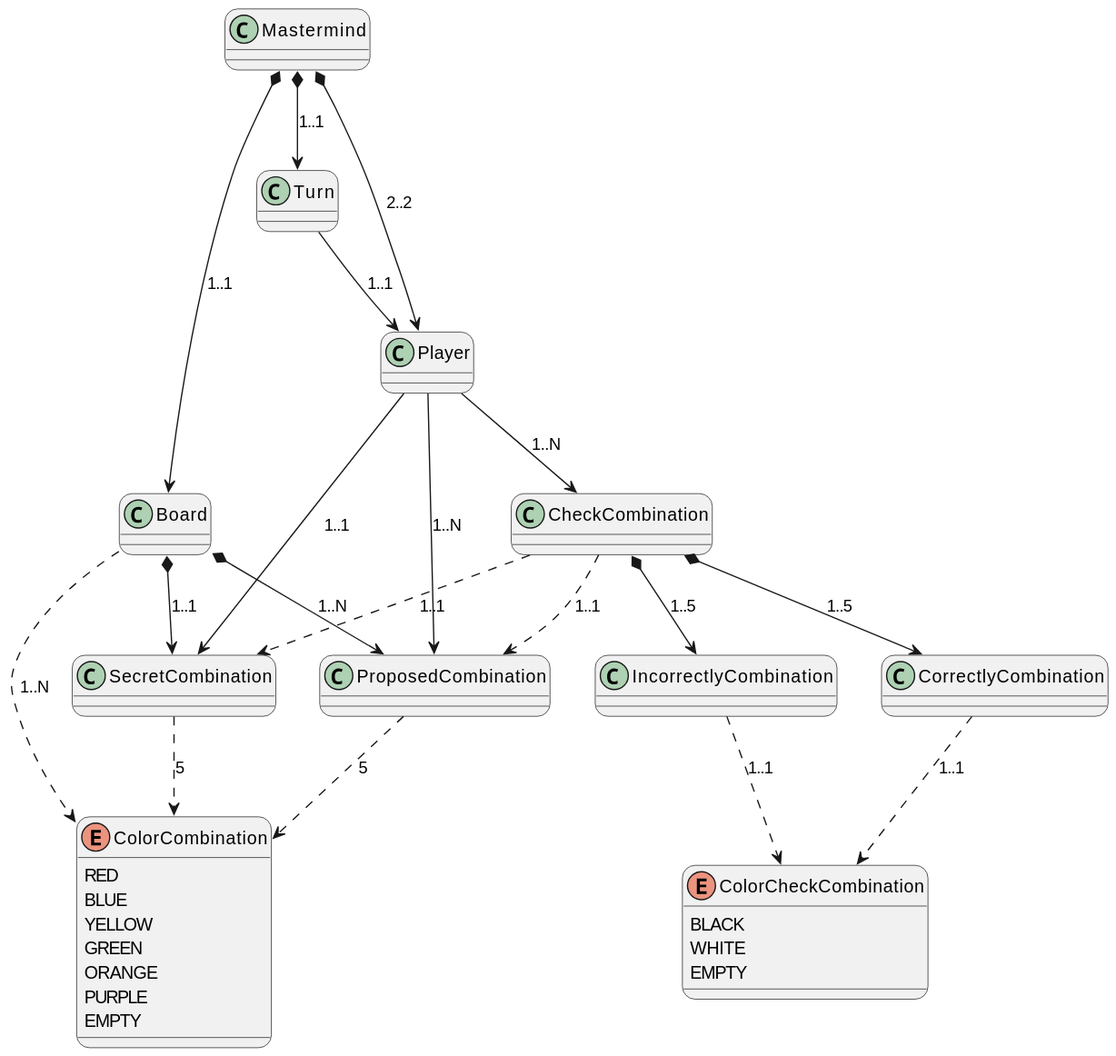
Earlier version of the PlantUML export docs/images/0-domain-model/mastermind.svg (vfred0/mastermind).
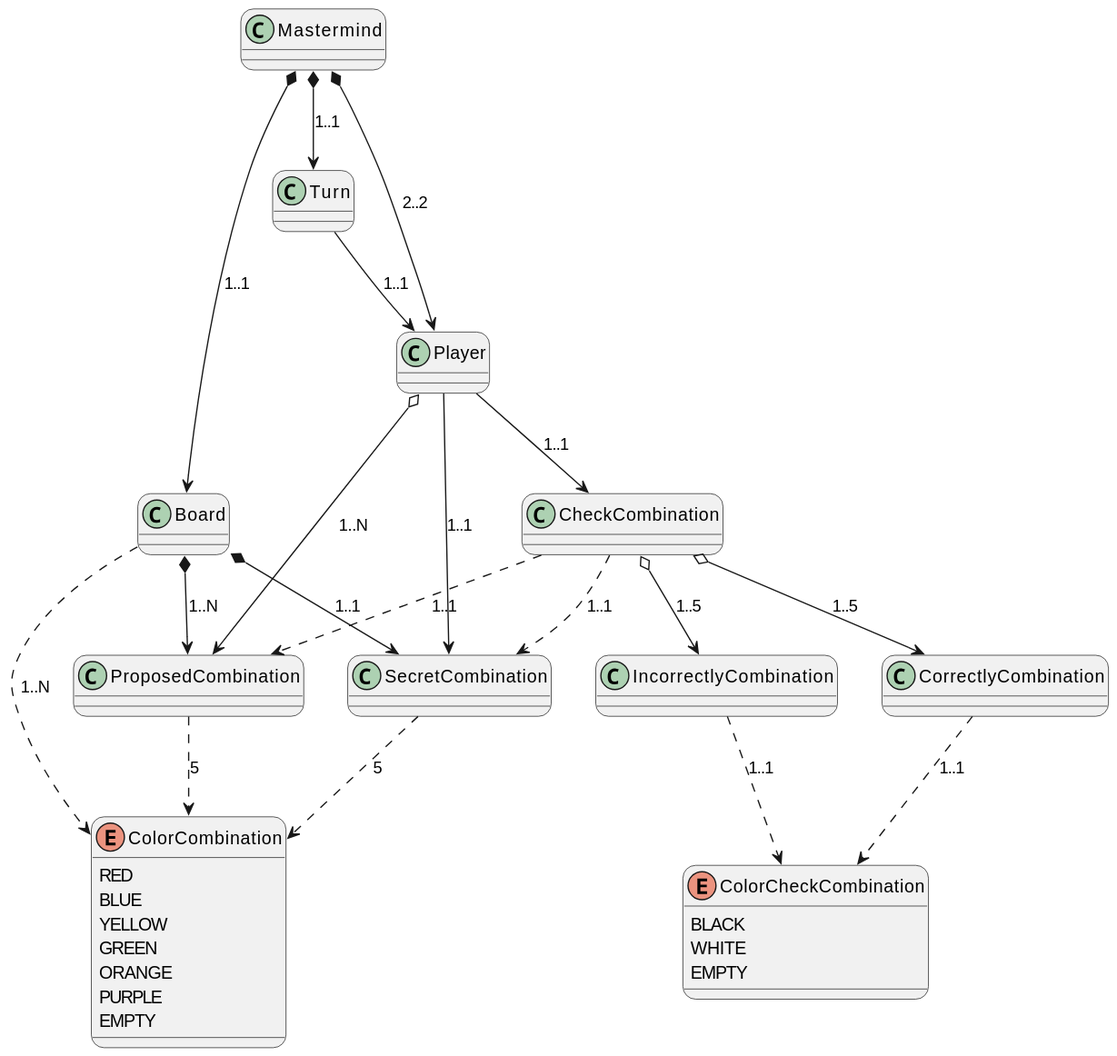
The same file after the commit.

The edit, as a diff of the source:
```diff
@@ -33,18 +33,18 @@
 compositionRelation(Mastermind, Turn, ONE_TO_ONE)
 associationRelation(Turn, Player, ONE_TO_ONE)
 compositionRelation(Mastermind, Player, TWO_TO_TWO)
+aggregationRelation(Player, ProposedCombination, ONE_TO_MANY)
+associationRelation(Player, SecretCombination, ONE_TO_ONE)
+associationRelation(Player, CheckCombination, ONE_TO_ONE)
 useRelation(Board, ColorCombination, ONE_TO_MANY)
 compositionRelation(Board, SecretCombination, ONE_TO_ONE)
 compositionRelation(Board, ProposedCombination, ONE_TO_MANY)
-associationRelation(Player, ProposedCombination, ONE_TO_MANY)
-associationRelation(Player, SecretCombination, ONE_TO_ONE)
 useRelation(SecretCombination, ColorCombination, 5)
 useRelation(ProposedCombination, ColorCombination, 5)
-associationRelation(Player, CheckCombination, ONE_TO_MANY)
 useRelation(CheckCombination, SecretCombination, ONE_TO_ONE)
 useRelation(CheckCombination, ProposedCombination, ONE_TO_ONE)
-compositionRelation(CheckCombination, CorrectlyCombination, ONE_TO_FIVE)
-compositionRelation(CheckCombination, IncorrectlyCombination, ONE_TO_FIVE)
+aggregationRelation(CheckCombination, CorrectlyCombination, ONE_TO_FIVE)
+aggregationRelation(CheckCombination, IncorrectlyCombination, ONE_TO_FIVE)
 useRelation(CorrectlyCombination, ColorCheckCombination, ONE_TO_ONE)
 useRelation(IncorrectlyCombination, ColorCheckCombination, ONE_TO_ONE)
 @enduml
```
